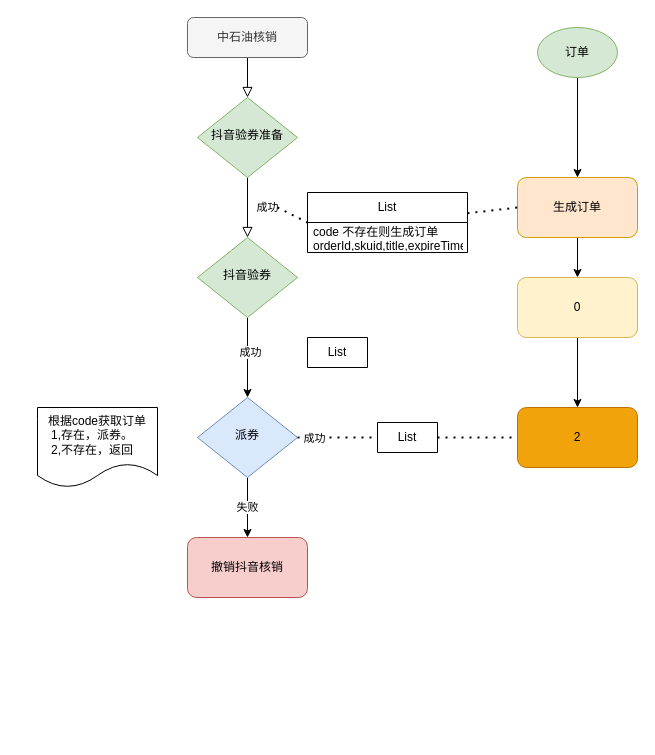
Above: xlh/xlh.drawio in zhanghaiyang1/draw (draw.io), before the change. Source tidied: cells renumbered, new cells numbered last; positions are measured from the earlier drawing's top-left corner, leaving out a move shared by most shapes. Both pictures are drawn from the tidied source at 100%, with x=0, y=0 at pixel (37, 17).
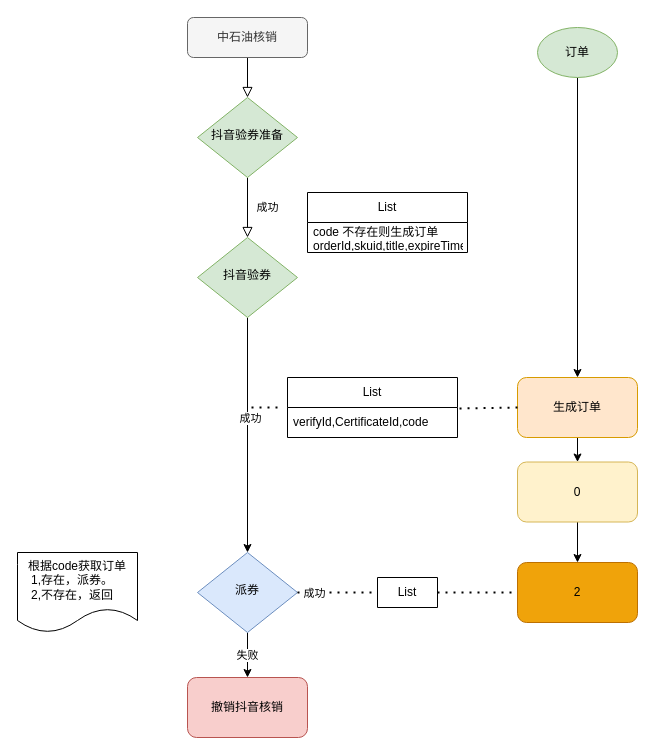
The same diagram, later.

The change refers to these unchanged cells:
```xml
<mxCell id="21" value="List" style="swimlane;fontStyle=0;horizontal=1;startSize=30;whiteSpace=wrap;html=1;" parent="1" vertex="1">
  <mxGeometry x="270" y="175" width="160" height="60" as="geometry" />
</mxCell>
```

Diff of the diagram source:
```diff
@@
     <mxCell id="12" value="生成订单" style="rounded=1;whiteSpace=wrap;html=1;fillColor=#ffe6cc;strokeColor=#d79b00;" parent="1" vertex="1">
-      <mxGeometry x="480" y="160" width="120" height="60" as="geometry" />
+      <mxGeometry x="480" y="360" width="120" height="60" as="geometry" />
     </mxCell>
-    <mxCell id="13" style="endArrow=none;dashed=1;html=1;dashPattern=1 3;strokeWidth=2;rounded=0;entryX=0;entryY=0.5;entryDx=0;entryDy=0;" parent="1" edge="1" source="21" target="12">
-      <mxGeometry relative="1" as="geometry" />
-    </mxCell>
@@
     <mxCell id="15" value="0" style="rounded=1;whiteSpace=wrap;html=1;fillColor=#fff2cc;strokeColor=#d6b656;" parent="1" vertex="1">
-      <mxGeometry x="480" y="260" width="120" height="60" as="geometry" />
+      <mxGeometry x="480" y="444.5" width="120" height="60" as="geometry" />
     </mxCell>
     <mxCell id="16" value="撤销抖音核销" style="rounded=1;whiteSpace=wrap;html=1;fillColor=#f8cecc;strokeColor=#b85450;" parent="1" vertex="1">
-      <mxGeometry x="150" y="520" width="120" height="60" as="geometry" />
+      <mxGeometry x="150" y="660" width="120" height="60" as="geometry" />
     </mxCell>
     <mxCell id="17" value="2" style="rounded=1;whiteSpace=wrap;html=1;fillColor=#f0a30a;fontColor=#000000;strokeColor=#BD7000;" parent="1" vertex="1">
-      <mxGeometry x="480" y="390" width="120" height="60" as="geometry" />
+      <mxGeometry x="480" y="545" width="120" height="60" as="geometry" />
     </mxCell>
@@
-    <mxCell id="19" value="List" style="swimlane;fontStyle=0;horizontal=1;startSize=30;whiteSpace=wrap;html=1;" parent="1" vertex="1" collapsed="1">
-      <mxGeometry x="270" y="320" width="60" height="30" as="geometry" />
+    <mxCell id="19" value="List" style="swimlane;fontStyle=0;horizontal=1;startSize=30;whiteSpace=wrap;html=1;" parent="1" vertex="1">
+      <mxGeometry x="250" y="360" width="170" height="60" as="geometry" />
     </mxCell>
-    <mxCell id="20" style="endArrow=none;dashed=1;html=1;dashPattern=1 3;strokeWidth=2;rounded=0;entryX=0;entryY=0.5;entryDx=0;entryDy=0;" parent="1" edge="1" target="21">
-      <mxGeometry relative="1" as="geometry">
-        <mxPoint x="240" y="190" as="sourcePoint" />
-      </mxGeometry>
-    </mxCell>
+    <mxCell id="29" value="verifyId,CertificateId,code" style="text;strokeColor=none;fillColor=none;align=left;verticalAlign=middle;spacingLeft=4;spacingRight=4;overflow=hidden;points=[[0,0.5],[1,0.5]];portConstraint=eastwest;whiteSpace=wrap;html=1;" parent="19" vertex="1">
+      <mxGeometry y="30" width="170" height="30" as="geometry" />
+    </mxCell>
@@
     <mxCell id="24" value="派券" style="rhombus;whiteSpace=wrap;html=1;shadow=0;fontFamily=Helvetica;fontSize=12;align=center;strokeWidth=1;spacing=6;spacingTop=-4;fillColor=#dae8fc;strokeColor=#6c8ebf;" parent="1" vertex="1">
-      <mxGeometry x="160" y="380" width="100" height="80" as="geometry" />
+      <mxGeometry x="160" y="535" width="100" height="80" as="geometry" />
     </mxCell>
@@
     <mxCell id="27" value="List" style="swimlane;fontStyle=0;horizontal=1;startSize=30;whiteSpace=wrap;html=1;" parent="1" vertex="1" collapsed="1">
-      <mxGeometry x="340" y="405" width="60" height="30" as="geometry" />
+      <mxGeometry x="340" y="560" width="60" height="30" as="geometry" />
     </mxCell>
     <mxCell id="28" value="&lt;div&gt;根据code获取订单&lt;/div&gt;&lt;div&gt;1,存在，派券。&amp;nbsp;&amp;nbsp;&amp;nbsp; &lt;br&gt;&lt;/div&gt;&lt;div&gt;2,不存在，返回&amp;nbsp;&amp;nbsp;&amp;nbsp; &lt;br&gt;&lt;/div&gt;" style="shape=document;whiteSpace=wrap;html=1;boundedLbl=1;" parent="1" vertex="1">
-      <mxGeometry y="390" width="120" height="80" as="geometry" />
+      <mxGeometry x="-20" y="535" width="120" height="80" as="geometry" />
     </mxCell>
+    <mxCell id="30" style="endArrow=none;dashed=1;html=1;dashPattern=1 3;strokeWidth=2;rounded=0;entryX=0;entryY=0.5;entryDx=0;entryDy=0;exitX=1.012;exitY=0.033;exitDx=0;exitDy=0;exitPerimeter=0;" parent="1" edge="1" source="29" target="12">
+      <mxGeometry relative="1" as="geometry" />
+    </mxCell>
+    <mxCell id="31" style="endArrow=none;dashed=1;html=1;dashPattern=1 3;strokeWidth=2;rounded=0;" parent="1" edge="1">
+      <mxGeometry relative="1" as="geometry">
+        <mxPoint x="240" y="390" as="sourcePoint" />
+        <mxPoint x="210" y="390" as="targetPoint" />
+      </mxGeometry>
+    </mxCell>
```
